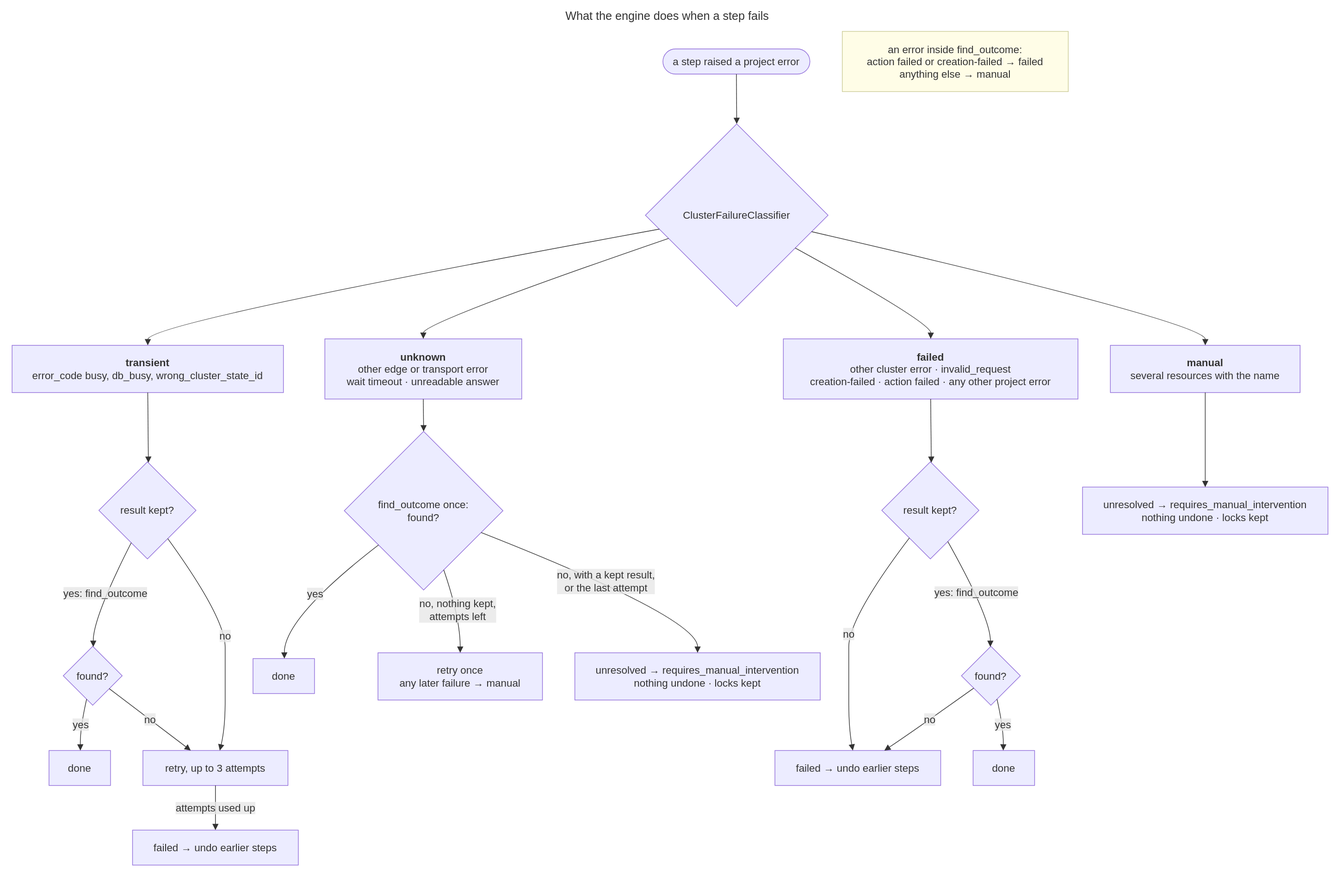
This is docs/diagrams/14-flow-failure-classification.drawio.svg from EliShteinman/redis-enterprise-services, a draw.io export, as it was before one commit. Source tidied: cells renumbered, new cells last; positions are measured from the earlier drawing's top-left corner, leaving out a move shared by most shapes.
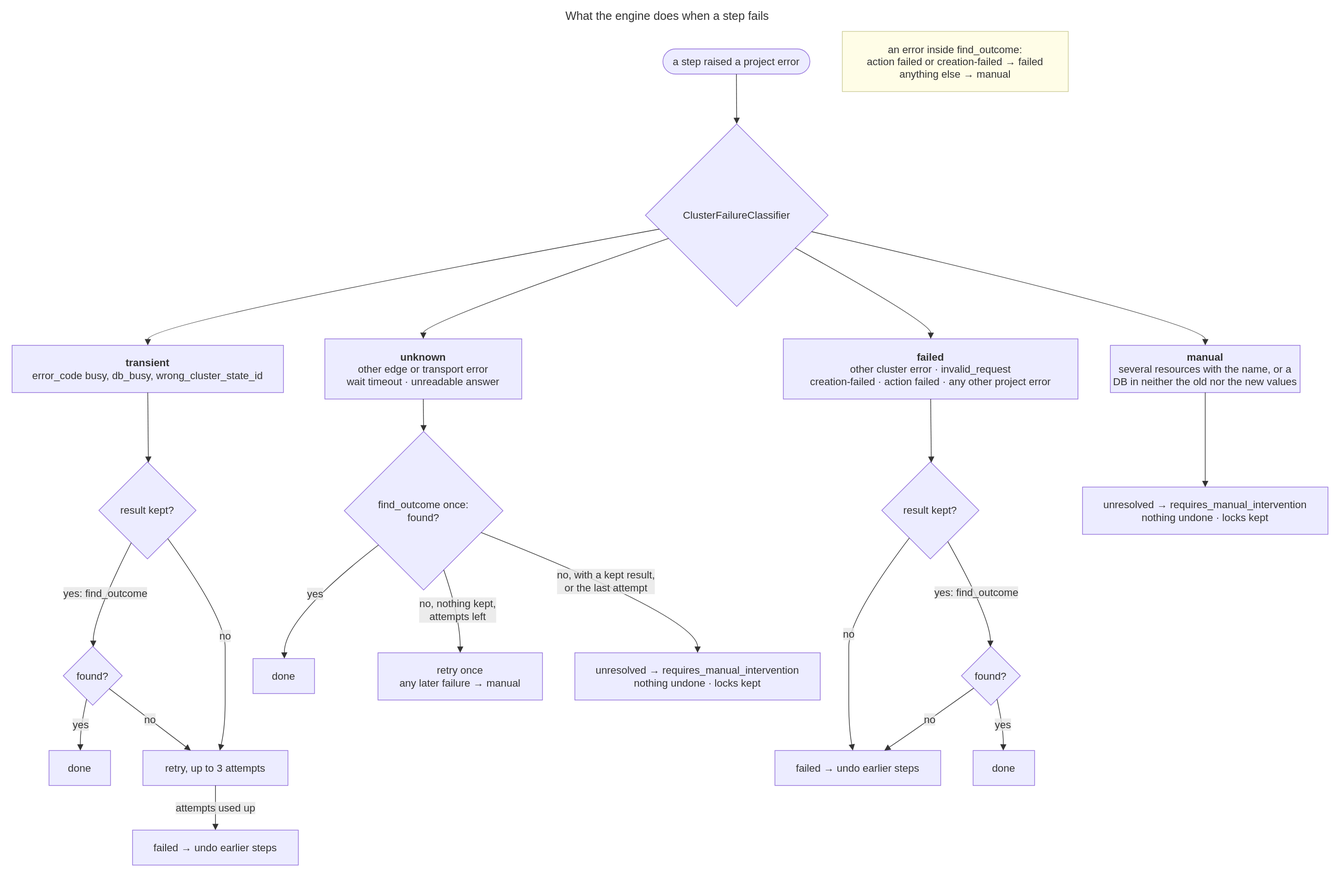
After the commit.

What changed in the source:
```diff
@@ -17,7 +17,7 @@
     <mxCell id="6" value="&lt;b&gt;unknown&lt;/b&gt;&#10;other edge or transport error&#10;wait timeout · unreadable answer" style="html=1;whiteSpace=wrap;strokeWidth=1;fillColor=light-dark(#ECECFF,#1f2020);strokeColor=light-dark(#9370DB,#cccccc);fontColor=light-dark(#333333,#cccccc);fontFamily=Trebuchet MS,Verdana,Arial,sans-serif;fontSize=16;" parent="1" vertex="1">
       <mxGeometry x="491" y="513" width="304" height="93" as="geometry" />
     </mxCell>
-    <mxCell id="7" value="&lt;b&gt;manual&lt;/b&gt;&#10;several resources with the name" style="html=1;whiteSpace=wrap;strokeWidth=1;fillColor=light-dark(#ECECFF,#1f2020);strokeColor=light-dark(#9370DB,#cccccc);fontColor=light-dark(#333333,#cccccc);fontFamily=Trebuchet MS,Verdana,Arial,sans-serif;fontSize=16;" parent="1" vertex="1">
+    <mxCell id="7" value="&lt;b&gt;manual&lt;/b&gt;&#10;several resources with the name, or a DB in neither the old nor the new values" style="html=1;whiteSpace=wrap;strokeWidth=1;fillColor=light-dark(#ECECFF,#1f2020);strokeColor=light-dark(#9370DB,#cccccc);fontColor=light-dark(#333333,#cccccc);fontFamily=Trebuchet MS,Verdana,Arial,sans-serif;fontSize=16;" parent="1" vertex="1">
       <mxGeometry x="1704" y="523" width="293" height="73" as="geometry" />
     </mxCell>
     <mxCell id="8" value="result kept?" style="rhombus;html=1;strokeWidth=1;whiteSpace=wrap;fillColor=light-dark(#ECECFF,#1f2020);strokeColor=light-dark(#9370DB,#cccccc);fontColor=light-dark(#333333,#cccccc);fontFamily=Trebuchet MS,Verdana,Arial,sans-serif;fontSize=16;" parent="1" vertex="1">
```
